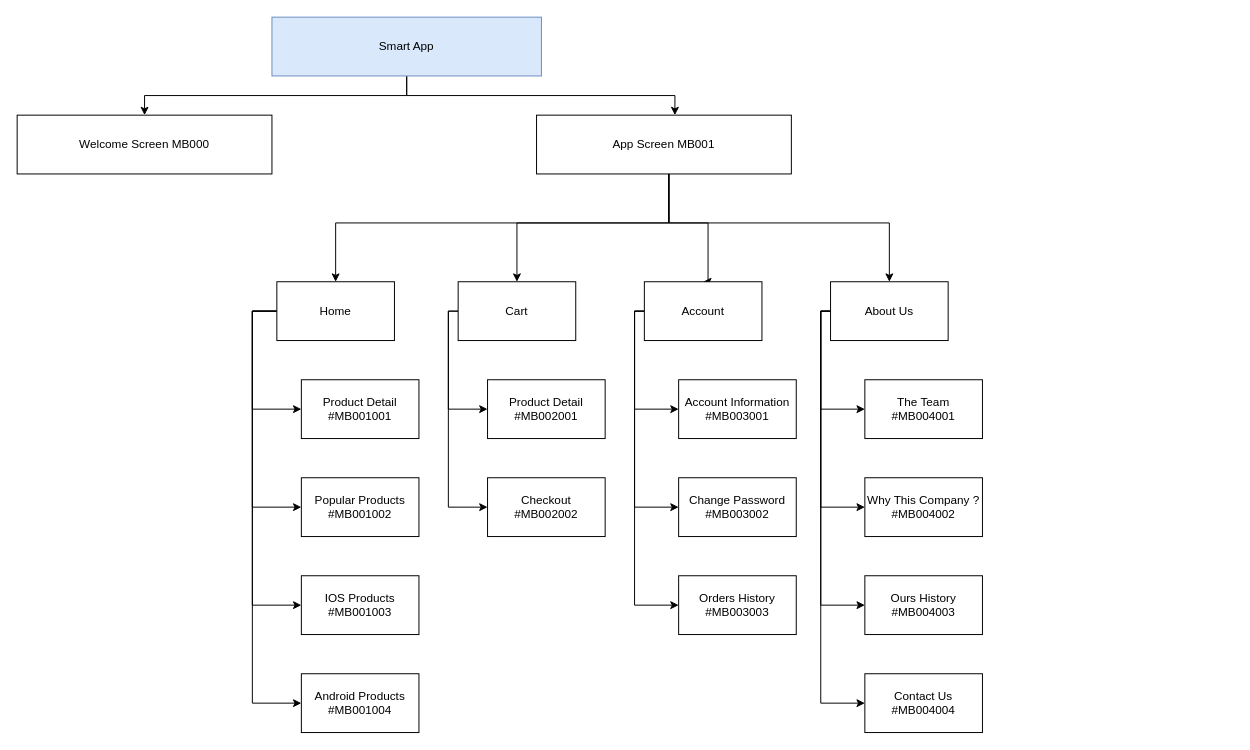
Earlier version of the draw.io diagram PRM/01.SA/SiteMap.drawio (nghipq/Group5). Source tidied: cells renumbered, new cells numbered last; positions are measured from the earlier drawing's top-left corner, leaving out a move shared by most shapes. Both pictures are drawn from the tidied source at 98%, with x=0, y=0 at pixel (17, 17).
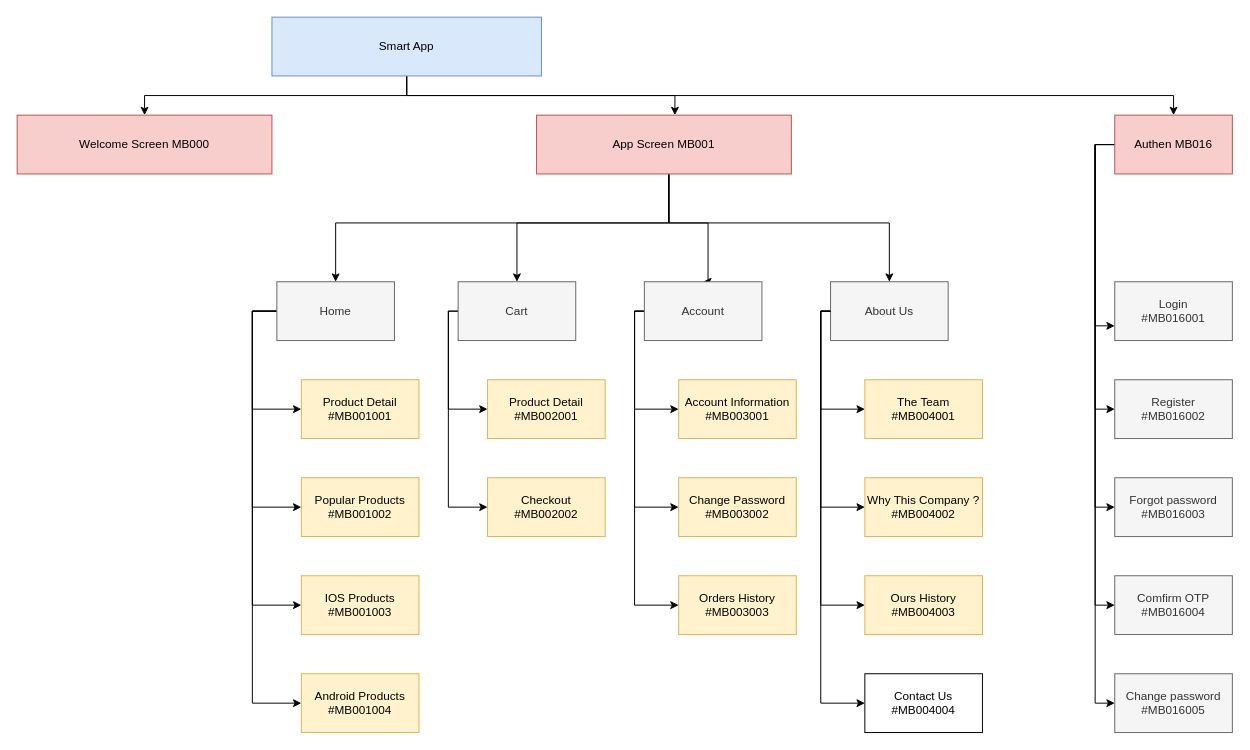
After the change.

The change refers to these unchanged cells:
```xml
<mxCell id="4" value="Smart App" style="rounded=0;whiteSpace=wrap;html=1;fillColor=#dae8fc;strokeColor=#6c8ebf;" parent="1" vertex="1">
  <mxGeometry x="260" width="275" height="60" as="geometry" />
</mxCell>
```

Diff of the diagram source:
```diff
@@
+    <mxCell id="41" style="edgeStyle=orthogonalEdgeStyle;rounded=0;jettySize=auto;html=1;" parent="1" edge="1" source="4" target="47">
+      <mxGeometry relative="1" as="geometry">
+        <Array as="points">
+          <mxPoint x="398" y="80" />
+          <mxPoint x="1180" y="80" />
+        </Array>
+      </mxGeometry>
+    </mxCell>
@@
-    <mxCell id="5" value="Welcome Screen MB000" style="rounded=0;whiteSpace=wrap;html=1;" parent="1" vertex="1">
+    <mxCell id="5" value="Welcome Screen MB000" style="rounded=0;whiteSpace=wrap;html=1;fillColor=#f8cecc;strokeColor=#b85450;" parent="1" vertex="1">
       <mxGeometry y="100" width="260" height="60" as="geometry" />
     </mxCell>
@@
-    <mxCell id="10" value="App Screen MB001" style="rounded=0;whiteSpace=wrap;html=1;" parent="1" vertex="1">
+    <mxCell id="10" value="App Screen MB001" style="rounded=0;whiteSpace=wrap;html=1;fillColor=#f8cecc;strokeColor=#b85450;" parent="1" vertex="1">
       <mxGeometry x="530" y="100" width="260" height="60" as="geometry" />
     </mxCell>
@@
-    <mxCell id="15" value="Home" style="rounded=0;whiteSpace=wrap;html=1;" parent="1" vertex="1">
+    <mxCell id="15" value="Home" style="rounded=0;whiteSpace=wrap;html=1;fillColor=#f5f5f5;strokeColor=#666666;fontColor=#333333;" parent="1" vertex="1">
       <mxGeometry x="265" y="270" width="120" height="60" as="geometry" />
     </mxCell>
@@
-    <mxCell id="18" value="Cart" style="rounded=0;whiteSpace=wrap;html=1;" parent="1" vertex="1">
+    <mxCell id="18" value="Cart" style="rounded=0;whiteSpace=wrap;html=1;fillColor=#f5f5f5;strokeColor=#666666;fontColor=#333333;" parent="1" vertex="1">
       <mxGeometry x="450" y="270" width="120" height="60" as="geometry" />
     </mxCell>
-    <mxCell id="19" value="Product Detail #MB001001" style="rounded=0;whiteSpace=wrap;html=1;" parent="1" vertex="1">
+    <mxCell id="19" value="Product Detail #MB001001" style="rounded=0;whiteSpace=wrap;html=1;fillColor=#fff2cc;strokeColor=#d6b656;" parent="1" vertex="1">
       <mxGeometry x="290" y="370" width="120" height="60" as="geometry" />
     </mxCell>
-    <mxCell id="20" value="Product Detail #MB002001" style="rounded=0;whiteSpace=wrap;html=1;" parent="1" vertex="1">
+    <mxCell id="20" value="Product Detail #MB002001" style="rounded=0;whiteSpace=wrap;html=1;fillColor=#fff2cc;strokeColor=#d6b656;" parent="1" vertex="1">
       <mxGeometry x="480" y="370" width="120" height="60" as="geometry" />
     </mxCell>
-    <mxCell id="21" value="Popular Products #MB001002" style="rounded=0;whiteSpace=wrap;html=1;" parent="1" vertex="1">
+    <mxCell id="21" value="Popular Products #MB001002" style="rounded=0;whiteSpace=wrap;html=1;fillColor=#fff2cc;strokeColor=#d6b656;" parent="1" vertex="1">
       <mxGeometry x="290" y="470" width="120" height="60" as="geometry" />
     </mxCell>
-    <mxCell id="22" value="Android Products #MB001004" style="rounded=0;whiteSpace=wrap;html=1;" parent="1" vertex="1">
+    <mxCell id="22" value="Android Products #MB001004" style="rounded=0;whiteSpace=wrap;html=1;fillColor=#fff2cc;strokeColor=#d6b656;" parent="1" vertex="1">
       <mxGeometry x="290" y="670" width="120" height="60" as="geometry" />
     </mxCell>
-    <mxCell id="23" value="IOS Products #MB001003" style="rounded=0;whiteSpace=wrap;html=1;" parent="1" vertex="1">
+    <mxCell id="23" value="IOS Products #MB001003" style="rounded=0;whiteSpace=wrap;html=1;fillColor=#fff2cc;strokeColor=#d6b656;" parent="1" vertex="1">
       <mxGeometry x="290" y="570" width="120" height="60" as="geometry" />
     </mxCell>
-    <mxCell id="24" value="Checkout #MB002002" style="rounded=0;whiteSpace=wrap;html=1;" parent="1" vertex="1">
+    <mxCell id="24" value="Checkout #MB002002" style="rounded=0;whiteSpace=wrap;html=1;fillColor=#fff2cc;strokeColor=#d6b656;" parent="1" vertex="1">
       <mxGeometry x="480" y="470" width="120" height="60" as="geometry" />
     </mxCell>
@@
-    <mxCell id="28" value="Account" style="rounded=0;whiteSpace=wrap;html=1;" parent="1" vertex="1">
+    <mxCell id="28" value="Account" style="rounded=0;whiteSpace=wrap;html=1;fillColor=#f5f5f5;strokeColor=#666666;fontColor=#333333;" parent="1" vertex="1">
       <mxGeometry x="640" y="270" width="120" height="60" as="geometry" />
     </mxCell>
-    <mxCell id="29" value="Account Information #MB003001" style="rounded=0;whiteSpace=wrap;html=1;" parent="1" vertex="1">
+    <mxCell id="29" value="Account Information #MB003001" style="rounded=0;whiteSpace=wrap;html=1;fillColor=#fff2cc;strokeColor=#d6b656;" parent="1" vertex="1">
       <mxGeometry x="675" y="370" width="120" height="60" as="geometry" />
     </mxCell>
-    <mxCell id="30" value="Change Password #MB003002" style="rounded=0;whiteSpace=wrap;html=1;" parent="1" vertex="1">
+    <mxCell id="30" value="Change Password #MB003002" style="rounded=0;whiteSpace=wrap;html=1;fillColor=#fff2cc;strokeColor=#d6b656;" parent="1" vertex="1">
       <mxGeometry x="675" y="470" width="120" height="60" as="geometry" />
     </mxCell>
-    <mxCell id="31" value="Orders History #MB003003" style="rounded=0;whiteSpace=wrap;html=1;" parent="1" vertex="1">
+    <mxCell id="31" value="Orders History #MB003003" style="rounded=0;whiteSpace=wrap;html=1;fillColor=#fff2cc;strokeColor=#d6b656;" parent="1" vertex="1">
       <mxGeometry x="675" y="570" width="120" height="60" as="geometry" />
     </mxCell>
@@
-    <mxCell id="33" value="About Us" style="rounded=0;whiteSpace=wrap;html=1;" parent="1" vertex="1">
+    <mxCell id="33" value="About Us" style="rounded=0;whiteSpace=wrap;html=1;fillColor=#f5f5f5;strokeColor=#666666;fontColor=#333333;" parent="1" vertex="1">
       <mxGeometry x="830" y="270" width="120" height="60" as="geometry" />
     </mxCell>
@@
-    <mxCell id="37" value="The Team #MB004001" style="rounded=0;whiteSpace=wrap;html=1;" parent="1" vertex="1">
+    <mxCell id="37" value="The Team #MB004001" style="rounded=0;whiteSpace=wrap;html=1;fillColor=#fff2cc;strokeColor=#d6b656;" parent="1" vertex="1">
       <mxGeometry x="865" y="370" width="120" height="60" as="geometry" />
     </mxCell>
-    <mxCell id="38" value="Why This Company ? #MB004002" style="rounded=0;whiteSpace=wrap;html=1;" parent="1" vertex="1">
+    <mxCell id="38" value="Why This Company ? #MB004002" style="rounded=0;whiteSpace=wrap;html=1;fillColor=#fff2cc;strokeColor=#d6b656;" parent="1" vertex="1">
       <mxGeometry x="865" y="470" width="120" height="60" as="geometry" />
     </mxCell>
-    <mxCell id="39" value="Ours History #MB004003" style="rounded=0;whiteSpace=wrap;html=1;" parent="1" vertex="1">
+    <mxCell id="39" value="Ours History #MB004003" style="rounded=0;whiteSpace=wrap;html=1;fillColor=#fff2cc;strokeColor=#d6b656;" parent="1" vertex="1">
       <mxGeometry x="865" y="570" width="120" height="60" as="geometry" />
     </mxCell>
@@
+    <mxCell id="42" style="edgeStyle=orthogonalEdgeStyle;rounded=0;jettySize=auto;html=1;entryX=0;entryY=0.75;entryDx=0;entryDy=0;" parent="1" edge="1" source="47" target="48">
+      <mxGeometry relative="1" as="geometry">
+        <Array as="points">
+          <mxPoint x="1100" y="315" />
+        </Array>
+      </mxGeometry>
+    </mxCell>
+    <mxCell id="43" style="edgeStyle=orthogonalEdgeStyle;rounded=0;jettySize=auto;html=1;entryX=0;entryY=0.5;entryDx=0;entryDy=0;" parent="1" edge="1" source="47" target="49">
+      <mxGeometry relative="1" as="geometry">
+        <Array as="points">
+          <mxPoint x="1100" y="130" />
+          <mxPoint x="1100" y="400" />
+        </Array>
+      </mxGeometry>
+    </mxCell>
+    <mxCell id="44" style="edgeStyle=orthogonalEdgeStyle;rounded=0;jettySize=auto;html=1;entryX=0;entryY=0.5;entryDx=0;entryDy=0;" parent="1" edge="1" source="47" target="50">
+      <mxGeometry relative="1" as="geometry">
+        <Array as="points">
+          <mxPoint x="1100" y="130" />
+          <mxPoint x="1100" y="500" />
+        </Array>
+      </mxGeometry>
+    </mxCell>
+    <mxCell id="45" style="edgeStyle=orthogonalEdgeStyle;rounded=0;jettySize=auto;html=1;entryX=0;entryY=0.5;entryDx=0;entryDy=0;" parent="1" edge="1" source="47" target="52">
+      <mxGeometry relative="1" as="geometry">
+        <Array as="points">
+          <mxPoint x="1100" y="130" />
+          <mxPoint x="1100" y="600" />
+        </Array>
+      </mxGeometry>
+    </mxCell>
+    <mxCell id="46" style="edgeStyle=orthogonalEdgeStyle;rounded=0;jettySize=auto;html=1;entryX=0;entryY=0.5;entryDx=0;entryDy=0;" parent="1" edge="1" source="47" target="51">
+      <mxGeometry relative="1" as="geometry">
+        <Array as="points">
+          <mxPoint x="1100" y="130" />
+          <mxPoint x="1100" y="700" />
+        </Array>
+      </mxGeometry>
+    </mxCell>
+    <mxCell id="47" value="Authen MB016" style="rounded=0;whiteSpace=wrap;html=1;fillColor=#f8cecc;strokeColor=#b85450;" parent="1" vertex="1">
+      <mxGeometry x="1120" y="100" width="120" height="60" as="geometry" />
+    </mxCell>
+    <mxCell id="48" value="Login&lt;br&gt;#MB016001" style="rounded=0;whiteSpace=wrap;html=1;fillColor=#f5f5f5;strokeColor=#666666;fontColor=#333333;" parent="1" vertex="1">
+      <mxGeometry x="1120" y="270" width="120" height="60" as="geometry" />
+    </mxCell>
+    <mxCell id="49" value="Register&lt;br&gt;#MB016002" style="rounded=0;whiteSpace=wrap;html=1;fillColor=#f5f5f5;strokeColor=#666666;fontColor=#333333;" parent="1" vertex="1">
+      <mxGeometry x="1120" y="370" width="120" height="60" as="geometry" />
+    </mxCell>
+    <mxCell id="50" value="Forgot password&lt;br&gt;#MB016003" style="rounded=0;whiteSpace=wrap;html=1;fillColor=#f5f5f5;strokeColor=#666666;fontColor=#333333;" parent="1" vertex="1">
+      <mxGeometry x="1120" y="470" width="120" height="60" as="geometry" />
+    </mxCell>
+    <mxCell id="51" value="Change password&lt;br&gt;#MB016005" style="rounded=0;whiteSpace=wrap;html=1;fillColor=#f5f5f5;strokeColor=#666666;fontColor=#333333;" parent="1" vertex="1">
+      <mxGeometry x="1120" y="670" width="120" height="60" as="geometry" />
+    </mxCell>
+    <mxCell id="52" value="Comfirm OTP&lt;br&gt;#MB016004" style="rounded=0;whiteSpace=wrap;html=1;fillColor=#f5f5f5;strokeColor=#666666;fontColor=#333333;" parent="1" vertex="1">
+      <mxGeometry x="1120" y="570" width="120" height="60" as="geometry" />
+    </mxCell>
```
